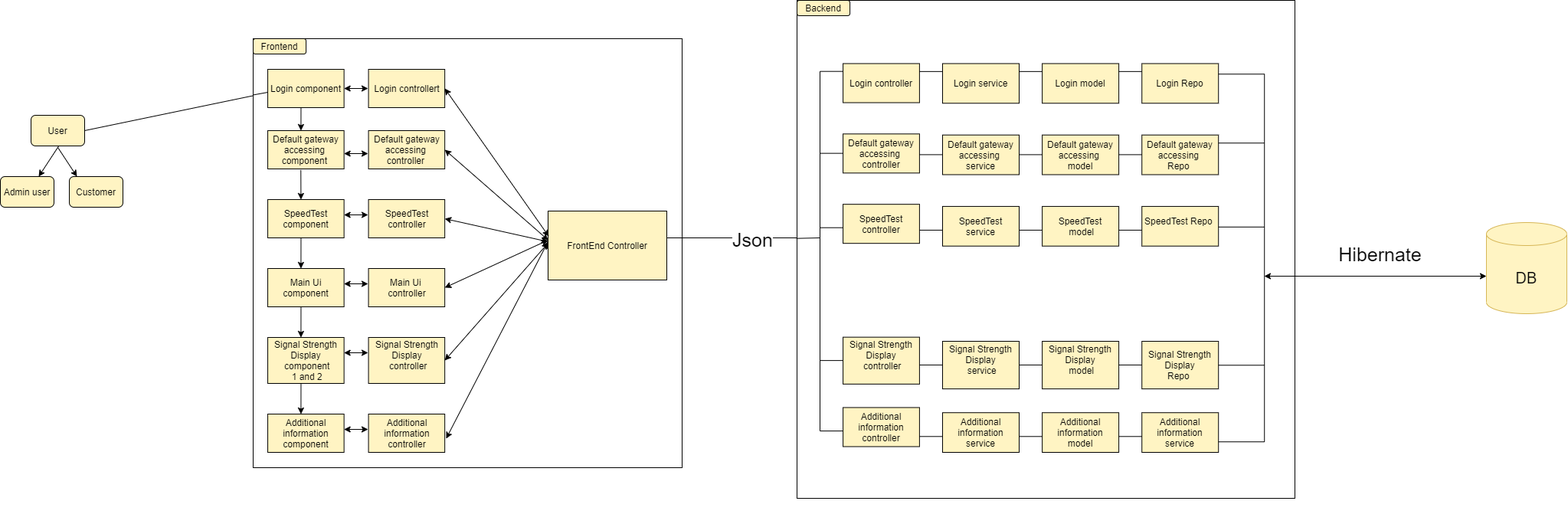
Earlier version of the draw.io export Untitled Diagram.png (Chamithfernando/Signal-Monitoring-Application). Source tidied: cells renumbered, new cells last; positions are measured from the earlier drawing's top-left corner, leaving out a move shared by most shapes.
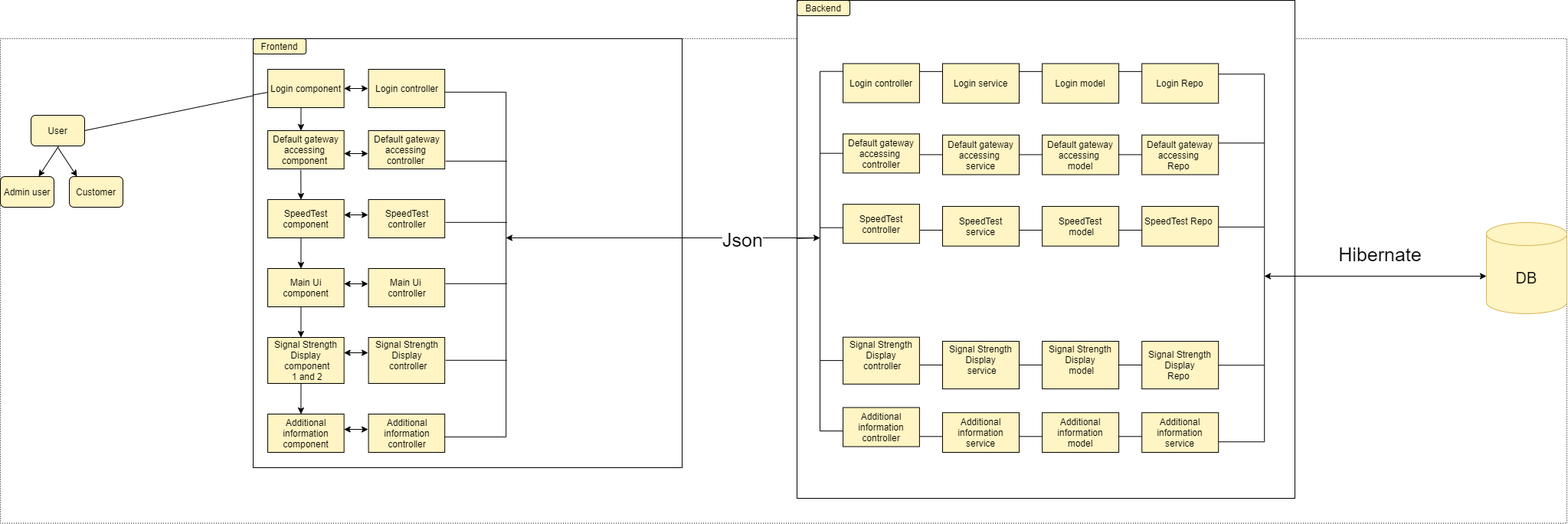
Above is the later version.

What changed in the source:
```diff
@@ -2,7 +2,7 @@
   <root>
     <mxCell id="0" />
     <mxCell id="1" parent="0" />
-    <mxCell id="2" style="group;" parent="1" vertex="1">
+    <mxCell id="2" style="group;dashed=1;dashPattern=1 2;strokeColor=#000000;" parent="1" vertex="1">
       <mxGeometry y="50" width="2045" height="632.5" as="geometry" />
     </mxCell>
     <mxCell id="3" style="group;" parent="2" vertex="1">
@@ -101,10 +101,10 @@
     <mxCell id="26" value="Frontend" style="rounded=1;whiteSpace=wrap;html=1;fillColor=#FFF4C3;" parent="11" vertex="1">
       <mxGeometry x="180" width="69.1" height="20" as="geometry" />
     </mxCell>
-    <mxCell id="27" style="endArrow=classic;startArrow=classic;html=1;entryX=1;entryY=0.5;entryDx=0;entryDy=0;" parent="11" edge="1">
+    <mxCell id="27" style="endArrow=classic;startArrow=classic;html=1;" parent="11" edge="1">
       <mxGeometry relative="1" as="geometry">
         <mxPoint x="900" y="260" as="sourcePoint" />
-        <mxPoint x="570" y="260" as="targetPoint" />
+        <mxPoint x="510" y="260" as="targetPoint" />
       </mxGeometry>
     </mxCell>
     <mxCell id="28" value="&lt;font style=&quot;font-size: 25px&quot;&gt;Json&lt;/font&gt;" style="edgeLabel;html=1;align=center;verticalAlign=middle;" parent="27" vertex="1">
@@ -113,7 +113,7 @@
     <mxCell id="29" style="group;" parent="11" vertex="1">
       <mxGeometry x="321.5" width="108.6" height="540" as="geometry" />
     </mxCell>
-    <mxCell id="30" value="Login controllert" style="rounded=0;whiteSpace=wrap;html=1;fillColor=#FFF4C3;gradientColor=none;" parent="29" vertex="1">
+    <mxCell id="30" value="Login controller" style="rounded=0;whiteSpace=wrap;html=1;fillColor=#FFF4C3;gradientColor=none;" parent="29" vertex="1">
       <mxGeometry x="9.1" y="40" width="99.6" height="50" as="geometry" />
     </mxCell>
     <mxCell id="31" value="Default gateway accessing&amp;nbsp;&lt;br&gt;controller&amp;nbsp;" style="rounded=0;whiteSpace=wrap;html=1;fillColor=#FFF4C3;gradientColor=none;" parent="29" vertex="1">
@@ -131,40 +131,6 @@
     <mxCell id="35" value="Additional information&lt;br&gt;controller" style="rounded=0;whiteSpace=wrap;html=1;fillColor=#FFF4C3;gradientColor=none;" parent="29" vertex="1">
       <mxGeometry x="9.1" y="490" width="99.6" height="50" as="geometry" />
     </mxCell>
-    <mxCell id="36" style="group;" parent="11" vertex="1">
-      <mxGeometry x="565" y="225" width="155" height="90" as="geometry" />
-    </mxCell>
-    <mxCell id="37" value="FrontEnd Controller" style="rounded=0;whiteSpace=wrap;html=1;fillColor=#FFF4C3;gradientColor=none;" parent="36" vertex="1">
-      <mxGeometry width="155" height="90" as="geometry" />
-    </mxCell>
-    <mxCell id="38" style="endArrow=classic;startArrow=classic;html=1;exitX=0.006;exitY=0.367;exitDx=0;exitDy=0;exitPerimeter=0;entryX=1;entryY=0.5;entryDx=0;entryDy=0;" parent="36" edge="1" target="31">
-      <mxGeometry relative="1" as="geometry">
-        <mxPoint x="0.3" y="38" as="sourcePoint" />
-      </mxGeometry>
-    </mxCell>
-    <mxCell id="39" style="endArrow=classic;startArrow=classic;html=1;entryX=1;entryY=0.5;entryDx=0;entryDy=0;" parent="36" edge="1" target="32">
-      <mxGeometry relative="1" as="geometry">
-        <mxPoint y="40" as="sourcePoint" />
-      </mxGeometry>
-    </mxCell>
-    <mxCell id="40" style="endArrow=classic;startArrow=classic;html=1;entryX=1;entryY=0.5;entryDx=0;entryDy=0;" parent="36" edge="1" target="33">
-      <mxGeometry relative="1" as="geometry">
-        <mxPoint y="38" as="sourcePoint" />
-      </mxGeometry>
-    </mxCell>
-    <mxCell id="41" style="endArrow=classic;startArrow=classic;html=1;exitX=0.006;exitY=0.367;exitDx=0;exitDy=0;exitPerimeter=0;entryX=1;entryY=0.5;entryDx=0;entryDy=0;" parent="36" edge="1" target="34">
-      <mxGeometry relative="1" as="geometry">
-        <mxPoint x="0.3" y="41.5" as="sourcePoint" />
-      </mxGeometry>
-    </mxCell>
-    <mxCell id="42" style="endArrow=classic;startArrow=classic;html=1;entryX=1.018;entryY=0.64;entryDx=0;entryDy=0;entryPerimeter=0;" parent="36" edge="1" target="35">
-      <mxGeometry relative="1" as="geometry">
-        <mxPoint y="40" as="sourcePoint" />
-      </mxGeometry>
-    </mxCell>
-    <mxCell id="43" style="endArrow=classic;startArrow=classic;html=1;exitX=0.006;exitY=0.367;exitDx=0;exitDy=0;exitPerimeter=0;entryX=1;entryY=0.5;entryDx=0;entryDy=0;" parent="11" edge="1" source="37" target="30">
-      <mxGeometry relative="1" as="geometry" />
-    </mxCell>
     <mxCell id="44" style="endArrow=classic;startArrow=classic;html=1;exitX=1;exitY=0.5;exitDx=0;exitDy=0;" parent="11" edge="1" source="14">
       <mxGeometry relative="1" as="geometry">
         <mxPoint x="330" y="65" as="targetPoint" />
@@ -200,6 +166,48 @@
         <mxPoint x="330" y="410" as="targetPoint" />
       </mxGeometry>
     </mxCell>
+    <mxCell id="128" style="endArrow=none;html=1;" parent="11" edge="1">
+      <mxGeometry relative="1" as="geometry">
+        <mxPoint x="430.2" y="69.8" as="sourcePoint" />
+        <mxPoint x="510.2" y="69.8" as="targetPoint" />
+      </mxGeometry>
+    </mxCell>
+    <mxCell id="129" style="endArrow=none;html=1;" parent="11" edge="1">
+      <mxGeometry relative="1" as="geometry">
+        <mxPoint x="510.2" y="519.8" as="sourcePoint" />
+        <mxPoint x="510.2" y="69.8" as="targetPoint" />
+      </mxGeometry>
+    </mxCell>
+    <mxCell id="130" style="endArrow=none;html=1;" parent="11" edge="1">
+      <mxGeometry relative="1" as="geometry">
+        <mxPoint x="431.2" y="159.8" as="sourcePoint" />
+        <mxPoint x="511.2" y="159.8" as="targetPoint" />
+      </mxGeometry>
+    </mxCell>
+    <mxCell id="131" style="endArrow=none;html=1;" parent="11" edge="1">
+      <mxGeometry relative="1" as="geometry">
+        <mxPoint x="431.2" y="239.8" as="sourcePoint" />
+        <mxPoint x="511.2" y="239.8" as="targetPoint" />
+      </mxGeometry>
+    </mxCell>
+    <mxCell id="132" style="endArrow=none;html=1;" parent="11" edge="1">
+      <mxGeometry relative="1" as="geometry">
+        <mxPoint x="431.2" y="319.8" as="sourcePoint" />
+        <mxPoint x="511.2" y="319.8" as="targetPoint" />
+      </mxGeometry>
+    </mxCell>
+    <mxCell id="133" style="endArrow=none;html=1;" parent="11" edge="1">
+      <mxGeometry relative="1" as="geometry">
+        <mxPoint x="431.2" y="419.8" as="sourcePoint" />
+        <mxPoint x="511.2" y="419.8" as="targetPoint" />
+      </mxGeometry>
+    </mxCell>
+    <mxCell id="134" style="endArrow=none;html=1;" parent="11" edge="1">
+      <mxGeometry relative="1" as="geometry">
+        <mxPoint x="430.2" y="519.8" as="sourcePoint" />
+        <mxPoint x="510.2" y="519.8" as="targetPoint" />
+      </mxGeometry>
+    </mxCell>
     <mxCell id="50" style="group;" parent="2" vertex="1">
       <mxGeometry x="1050" width="640" height="632.5" as="geometry" />
     </mxCell>
@@ -534,6 +542,11 @@
     <mxCell id="124" value="Backend" style="rounded=1;whiteSpace=wrap;html=1;fillColor=#FFF4C3;" parent="69" vertex="1">
       <mxGeometry y="-32.5" width="69.1" height="20" as="geometry" />
     </mxCell>
+    <mxCell id="135" style="endArrow=classic;html=1;exitX=0.001;exitY=0.477;exitDx=0;exitDy=0;exitPerimeter=0;" parent="69" edge="1" source="70">
+      <mxGeometry relative="1" as="geometry">
+        <mxPoint x="30" y="277.5" as="targetPoint" />
+      </mxGeometry>
+    </mxCell>
     <mxCell id="125" value="&lt;font style=&quot;font-size: 20px&quot;&gt;DB&lt;/font&gt;" style="shape=cylinder3;whiteSpace=wrap;html=1;boundedLbl=1;backgroundOutline=1;size=15;strokeColor=#d6b656;fillColor=#FFF4C3;" parent="2" vertex="1">
       <mxGeometry x="1940" y="240" width="105" height="119" as="geometry" />
     </mxCell>
```
